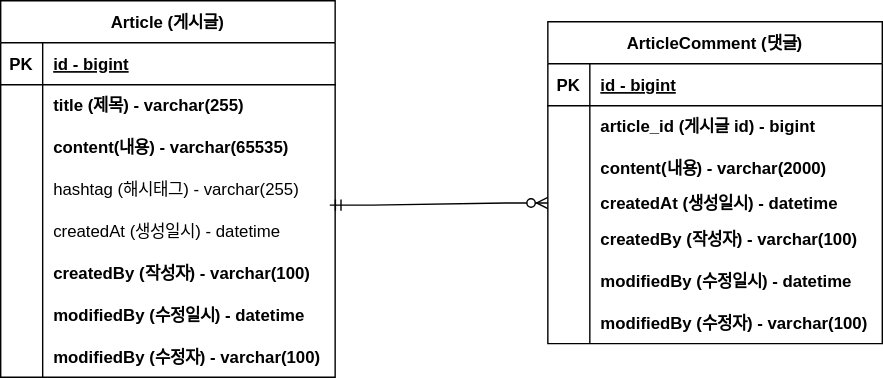
This is document/board-erd.svg from sagong0/fc-board-project, a draw.io export, as it was before one commit. Source tidied: cells renumbered, new cells last; positions are measured from the earlier drawing's top-left corner, leaving out a move shared by most shapes.
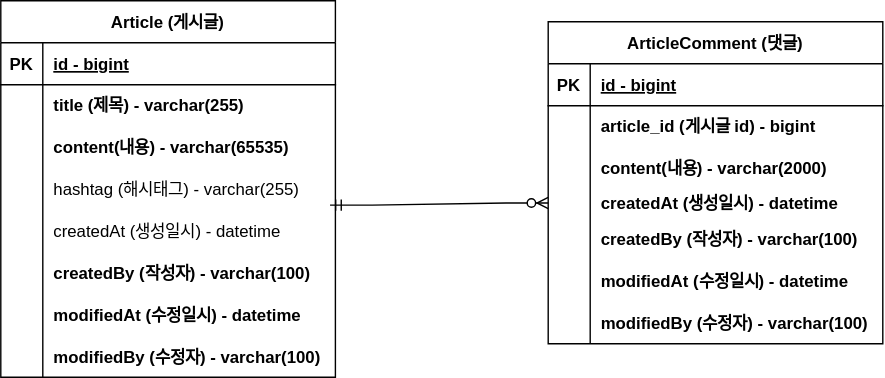
Later version of the same file.

Commit message:
#8 - ERD 오류 수정 1 (modifiedAt 2개 중 한개 modifedBy 로 수정)

Change to the diagram source:
```diff
@@ -65,7 +65,7 @@
     <mxCell id="22" style="shape=partialRectangle;overflow=hidden;fillColor=none;top=0;left=0;bottom=0;right=0;" parent="21" vertex="1">
       <mxGeometry width="30" height="30" as="geometry" />
     </mxCell>
-    <mxCell id="23" value="modifiedBy (수정일시) - datetime" style="shape=partialRectangle;overflow=hidden;fillColor=none;top=0;left=0;bottom=0;right=0;align=left;spacingLeft=6;fontStyle=1;" parent="21" vertex="1">
+    <mxCell id="23" value="modifiedAt (수정일시) - datetime" style="shape=partialRectangle;overflow=hidden;fillColor=none;top=0;left=0;bottom=0;right=0;align=left;spacingLeft=6;fontStyle=1;" parent="21" vertex="1">
       <mxGeometry x="30" width="209" height="30" as="geometry" />
     </mxCell>
     <mxCell id="24" style="shape=partialRectangle;fillColor=none;top=0;left=0;right=0;bottom=0;" parent="2" vertex="1">
@@ -134,7 +134,7 @@
     <mxCell id="45" style="shape=partialRectangle;overflow=hidden;fillColor=none;top=0;left=0;bottom=0;right=0;" parent="44" vertex="1">
       <mxGeometry width="30" height="30" as="geometry" />
     </mxCell>
-    <mxCell id="46" value="modifiedBy (수정일시) - datetime" style="shape=partialRectangle;overflow=hidden;fillColor=none;top=0;left=0;bottom=0;right=0;align=left;spacingLeft=6;fontStyle=1;" parent="44" vertex="1">
+    <mxCell id="46" value="modifiedAt (수정일시) - datetime" style="shape=partialRectangle;overflow=hidden;fillColor=none;top=0;left=0;bottom=0;right=0;align=left;spacingLeft=6;fontStyle=1;" parent="44" vertex="1">
       <mxGeometry x="30" width="209" height="30" as="geometry" />
     </mxCell>
     <mxCell id="47" style="shape=partialRectangle;fillColor=none;top=0;left=0;right=0;bottom=0;" parent="28" vertex="1">
```
